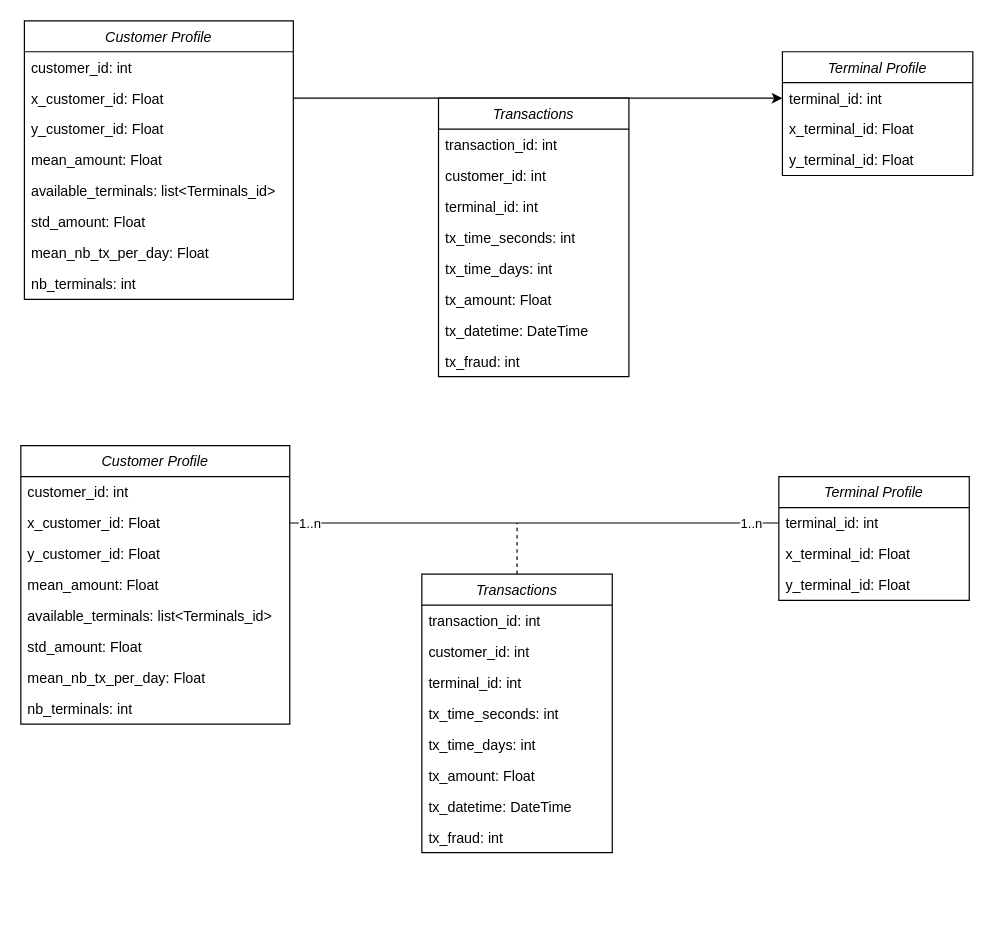
Earlier version of the draw.io diagram UML.drawio (pietrobar/DBMS). Source tidied: cells renumbered, new cells numbered last; positions are measured from the earlier drawing's top-left corner, leaving out a move shared by most shapes. Both pictures are drawn from the tidied source at 119%, with x=0, y=0 at pixel (20, 20).
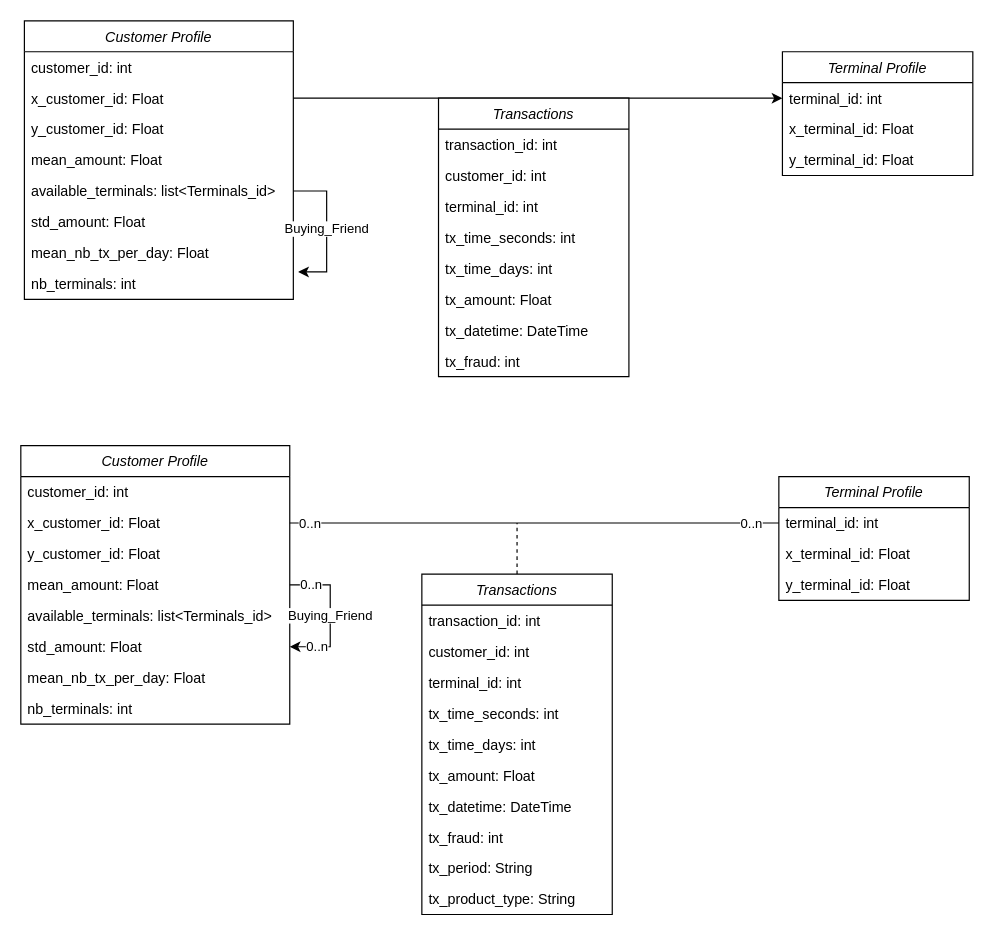
After the change.

The change refers to these unchanged cells:
```xml
<mxCell id="2" value="Customer Profile" style="swimlane;fontStyle=2;align=center;verticalAlign=top;horizontal=1;startSize=26;rounded=0;shadow=0;strokeWidth=1;" parent="1" vertex="1">
  <mxGeometry y="357" width="226" height="234" as="geometry" />
</mxCell>
<mxCell id="6" value="mean_amount: Float" style="text;align=left;verticalAlign=top;spacingLeft=4;spacingRight=4;overflow=hidden;points=[[0,0.5],[1,0.5]];portConstraint=eastwest;rounded=0;shadow=0;html=0;" parent="2" vertex="1">
  <mxGeometry y="104" width="226" height="26" as="geometry" />
</mxCell>
<mxCell id="8" value="std_amount: Float" style="text;align=left;verticalAlign=top;spacingLeft=4;spacingRight=4;overflow=hidden;points=[[0,0.5],[1,0.5]];portConstraint=eastwest;rounded=0;shadow=0;html=0;" parent="2" vertex="1">
  <mxGeometry y="156" width="226" height="26" as="geometry" />
</mxCell>
<mxCell id="25" style="edgeStyle=orthogonalEdgeStyle;rounded=0;jettySize=auto;html=1;entryX=0;entryY=0.5;entryDx=0;entryDy=0;endArrow=none;endFill=0;" parent="1" edge="1" source="4" target="12">
  <mxGeometry relative="1" as="geometry" />
</mxCell>
<mxCell id="28" value="Customer Profile" style="swimlane;fontStyle=2;align=center;verticalAlign=top;horizontal=1;startSize=26;rounded=0;shadow=0;strokeWidth=1;" parent="1" vertex="1">
  <mxGeometry x="3" width="226" height="234" as="geometry" />
</mxCell>
<mxCell id="33" value="available_terminals: list&lt;Terminals_id&gt;" style="text;align=left;verticalAlign=top;spacingLeft=4;spacingRight=4;overflow=hidden;points=[[0,0.5],[1,0.5]];portConstraint=eastwest;rounded=0;shadow=0;html=0;" parent="28" vertex="1">
  <mxGeometry y="130" width="226" height="26" as="geometry" />
</mxCell>
<mxCell id="36" value="nb_terminals: int" style="text;align=left;verticalAlign=top;spacingLeft=4;spacingRight=4;overflow=hidden;points=[[0,0.5],[1,0.5]];portConstraint=eastwest;rounded=0;shadow=0;html=0;" parent="28" vertex="1">
  <mxGeometry y="208" width="226" height="26" as="geometry" />
</mxCell>
```

Diff of the diagram source:
```diff
@@
+    <mxCell id="51" value="Buying_Friend" style="edgeStyle=orthogonalEdgeStyle;rounded=0;jettySize=auto;html=1;entryX=1;entryY=0.5;entryDx=0;entryDy=0;endArrow=classic;endFill=1;exitX=1;exitY=0.5;exitDx=0;exitDy=0;" parent="2" edge="1" source="6" target="8">
+      <mxGeometry relative="1" as="geometry">
+        <Array as="points">
+          <mxPoint x="260" y="117" />
+          <mxPoint x="260" y="169" />
+        </Array>
+      </mxGeometry>
+    </mxCell>
+    <mxCell id="52" value="0..n" style="edgeLabel;html=1;align=center;verticalAlign=middle;" parent="51" vertex="1">
+      <mxGeometry x="-0.72" y="1" relative="1" as="geometry" />
+    </mxCell>
+    <mxCell id="53" value="0..n" style="edgeLabel;html=1;align=center;verticalAlign=middle;" parent="51" vertex="1">
+      <mxGeometry x="0.63" y="-1" relative="1" as="geometry" />
+    </mxCell>
@@
     <mxCell id="16" value="Transactions" style="swimlane;fontStyle=2;align=center;verticalAlign=top;horizontal=1;startSize=26;rounded=0;shadow=0;strokeWidth=1;" parent="1" vertex="1">
-      <mxGeometry x="337" y="465" width="160" height="234" as="geometry" />
+      <mxGeometry x="337" y="465" width="160" height="286" as="geometry" />
     </mxCell>
@@
+    <mxCell id="54" value="tx_period: String" style="text;align=left;verticalAlign=top;spacingLeft=4;spacingRight=4;overflow=hidden;rounded=0;shadow=0;html=0;" parent="16" vertex="1">
+      <mxGeometry y="234" width="160" height="26" as="geometry" />
+    </mxCell>
+    <mxCell id="55" value="tx_product_type: String" style="text;align=left;verticalAlign=top;spacingLeft=4;spacingRight=4;overflow=hidden;rounded=0;shadow=0;html=0;" parent="16" vertex="1">
+      <mxGeometry y="260" width="160" height="26" as="geometry" />
+    </mxCell>
@@
-    <mxCell id="26" value="1..n" style="edgeLabel;html=1;align=center;verticalAlign=middle;" parent="25" vertex="1">
+    <mxCell id="26" value="0..n" style="edgeLabel;html=1;align=center;verticalAlign=middle;" parent="25" vertex="1">
       <mxGeometry x="-0.92" relative="1" as="geometry" />
     </mxCell>
-    <mxCell id="27" value="1..n" style="edgeLabel;html=1;align=center;verticalAlign=middle;" parent="25" vertex="1">
+    <mxCell id="27" value="0..n" style="edgeLabel;html=1;align=center;verticalAlign=middle;" parent="25" vertex="1">
       <mxGeometry x="0.89" relative="1" as="geometry">
         <mxPoint x="-1" as="offset" />
       </mxGeometry>
     </mxCell>
@@
+    <mxCell id="56" value="Buying_Friend" style="edgeStyle=orthogonalEdgeStyle;rounded=0;jettySize=auto;html=1;entryX=1.018;entryY=0.115;entryDx=0;entryDy=0;endArrow=classic;endFill=1;entryPerimeter=0;exitX=1;exitY=0.5;exitDx=0;exitDy=0;" parent="28" edge="1" source="33" target="36">
+      <mxGeometry relative="1" as="geometry">
+        <Array as="points">
+          <mxPoint x="254" y="143" />
+          <mxPoint x="254" y="211" />
+        </Array>
+      </mxGeometry>
+    </mxCell>
```
